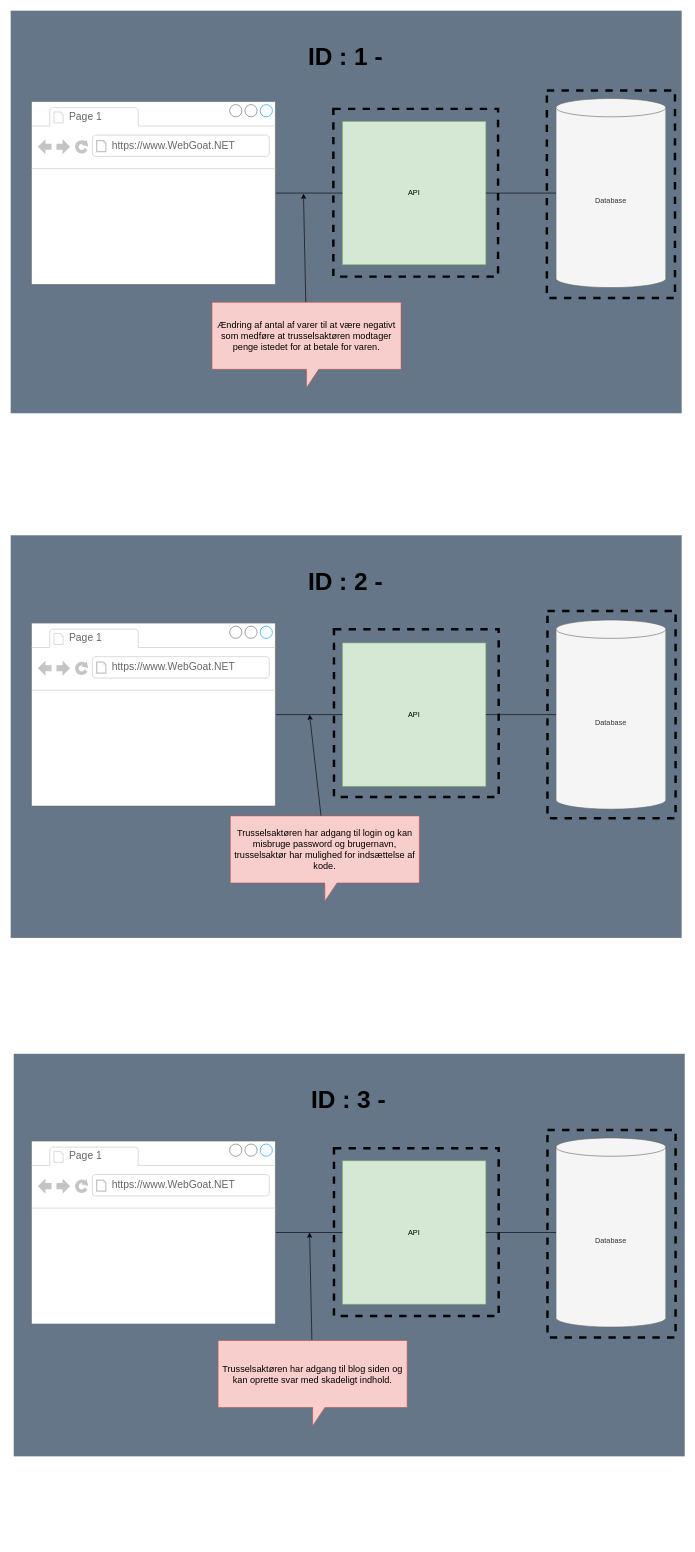
The draw.io diagram dokumenter/Drawio/Arkitektur diagram.drawio in MagnusMadsen/Software_sikkerhed_eksamen, before the edit. Source tidied: cells renumbered, new cells numbered last; positions are measured from the earlier drawing's top-left corner, leaving out a move shared by most shapes. Both pictures are drawn from the tidied source at 61%, with x=0, y=0 at pixel (10, 10).
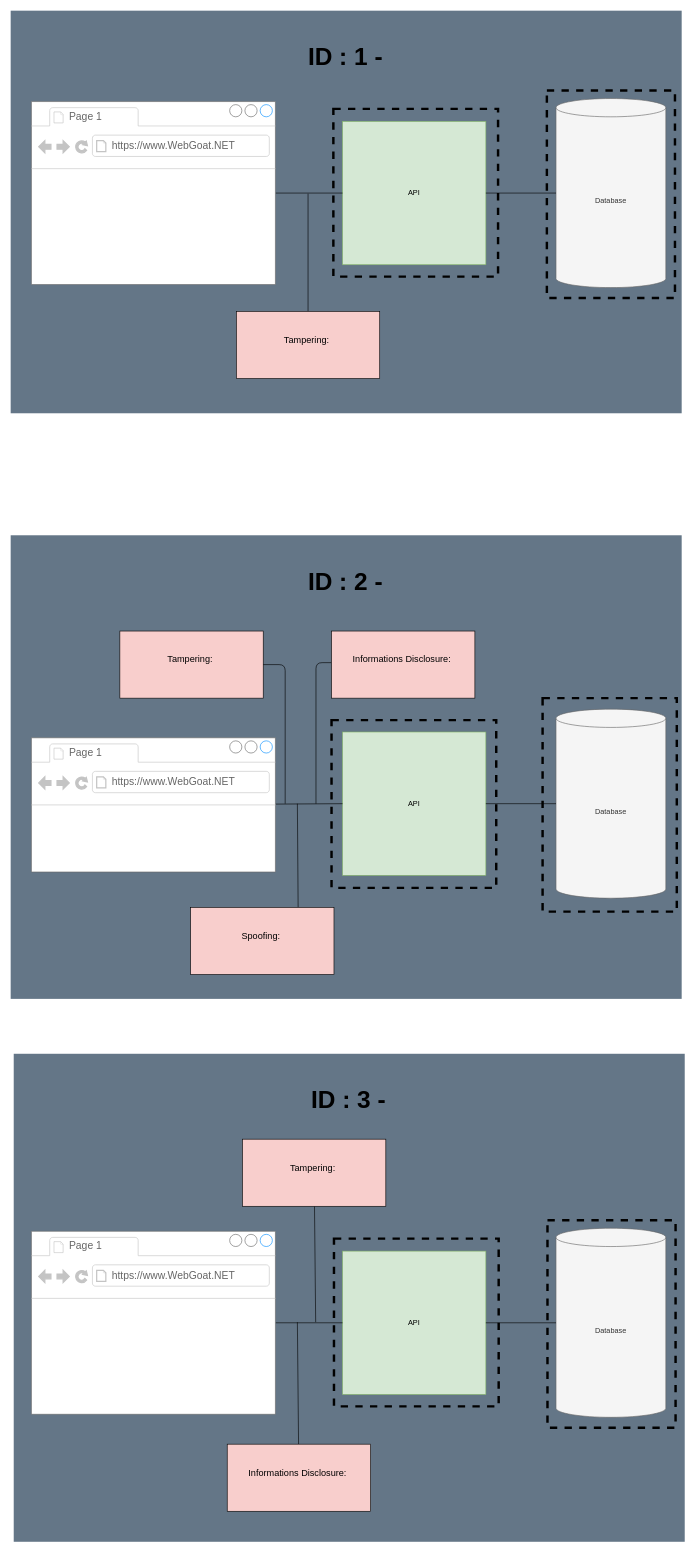
Above is the later version.

Commit message:
Updatering af akitektur i drawio

Diff of the diagram source:
```diff
@@
     <mxCell id="2" style="rounded=0;whiteSpace=wrap;html=1;fillColor=#647687;strokeColor=none;fontColor=#ffffff;" parent="1" vertex="1">
-      <mxGeometry x="5" y="1710" width="1100" height="660" as="geometry" />
+      <mxGeometry x="5" y="1710" width="1100" height="800" as="geometry" />
     </mxCell>
     <mxCell id="3" style="rounded=0;whiteSpace=wrap;html=1;fillColor=#647687;strokeColor=none;fontColor=#ffffff;" parent="1" vertex="1">
-      <mxGeometry y="860" width="1100" height="660" as="geometry" />
+      <mxGeometry y="860" width="1100" height="760" as="geometry" />
     </mxCell>
@@
     <mxCell id="5" value="Database" style="shape=cylinder3;whiteSpace=wrap;html=1;boundedLbl=1;backgroundOutline=1;size=15;fillColor=#f5f5f5;strokeColor=#666666;fontColor=#333333;" parent="1" vertex="1">
-      <mxGeometry x="894" y="999" width="180" height="310" as="geometry" />
+      <mxGeometry x="894" y="1145" width="180" height="310" as="geometry" />
     </mxCell>
     <mxCell id="6" value="API" style="whiteSpace=wrap;html=1;fillColor=#d5e8d4;strokeColor=#82b366;" parent="1" vertex="1">
-      <mxGeometry x="544" y="1036.5" width="235" height="235" as="geometry" />
+      <mxGeometry x="544" y="1182.5" width="235" height="235" as="geometry" />
     </mxCell>
@@
     <mxCell id="8" style="strokeWidth=1;shadow=0;dashed=0;align=center;html=1;shape=mxgraph.mockup.containers.browserWindow;rSize=0;strokeColor=#666666;strokeColor2=#008cff;strokeColor3=#c4c4c4;mainText=,;" parent="1" vertex="1">
-      <mxGeometry x="34" y="1004" width="400" height="300" as="geometry" />
+      <mxGeometry x="34" y="1192" width="400" height="220" as="geometry" />
     </mxCell>
@@
-    <mxCell id="12" style="edgeStyle=none;html=1;" parent="1" edge="1" source="13">
+    <mxCell id="12" style="edgeStyle=none;html=1;endArrow=none;endFill=0;exitX=0.75;exitY=0;exitDx=0;exitDy=0;" parent="1" edge="1" source="41">
       <mxGeometry relative="1" as="geometry">
-        <mxPoint x="490" y="1154" as="targetPoint" />
+        <mxPoint x="470" y="1300" as="targetPoint" />
       </mxGeometry>
     </mxCell>
-    <mxCell id="13" value="&lt;p&gt;Trusselsaktøren har adgang til login og kan misbruge password og brugernavn, trusselsaktør har mulighed for indsættelse af kode.&lt;/p&gt;" style="shape=callout;whiteSpace=wrap;html=1;perimeter=calloutPerimeter;fontSize=15;fillColor=#f8cecc;strokeColor=#b85450;" parent="1" vertex="1">
-      <mxGeometry x="360" y="1320" width="310" height="140" as="geometry" />
-    </mxCell>
     <mxCell id="14" value="Database" style="shape=cylinder3;whiteSpace=wrap;html=1;boundedLbl=1;backgroundOutline=1;size=15;fillColor=#f5f5f5;strokeColor=#666666;fontColor=#333333;" parent="1" vertex="1">
-      <mxGeometry x="894" y="1848" width="180" height="310" as="geometry" />
+      <mxGeometry x="894" y="1996" width="180" height="310" as="geometry" />
     </mxCell>
     <mxCell id="15" value="API" style="whiteSpace=wrap;html=1;fillColor=#d5e8d4;strokeColor=#82b366;" parent="1" vertex="1">
-      <mxGeometry x="544" y="1885.5" width="235" height="235" as="geometry" />
+      <mxGeometry x="544" y="2033.5" width="235" height="235" as="geometry" />
     </mxCell>
@@
     <mxCell id="17" style="strokeWidth=1;shadow=0;dashed=0;align=center;html=1;shape=mxgraph.mockup.containers.browserWindow;rSize=0;strokeColor=#666666;strokeColor2=#008cff;strokeColor3=#c4c4c4;mainText=,;" parent="1" vertex="1">
-      <mxGeometry x="34" y="1853" width="400" height="300" as="geometry" />
+      <mxGeometry x="34" y="2001" width="400" height="300" as="geometry" />
     </mxCell>
@@
-    <mxCell id="21" style="edgeStyle=none;html=1;" parent="1" edge="1" source="22">
-      <mxGeometry relative="1" as="geometry">
-        <mxPoint x="490" y="2003" as="targetPoint" />
-      </mxGeometry>
-    </mxCell>
-    <mxCell id="22" value="&lt;p&gt;Trusselsaktøren har adgang til blog siden og kan oprette svar med skadeligt indhold.&lt;/p&gt;" style="shape=callout;whiteSpace=wrap;html=1;perimeter=calloutPerimeter;fillColor=#f8cecc;strokeColor=#b85450;fontSize=15;" parent="1" vertex="1">
-      <mxGeometry x="340" y="2180" width="310" height="140" as="geometry" />
-    </mxCell>
@@
-    <mxCell id="30" style="edgeStyle=none;html=1;" parent="1" edge="1" source="31">
-      <mxGeometry relative="1" as="geometry">
-        <mxPoint x="480" y="300" as="targetPoint" />
-      </mxGeometry>
-    </mxCell>
-    <mxCell id="31" value="&lt;p&gt;Ændring af antal af varer til at være negativt som medføre at trusselsaktøren modtager penge istedet for at betale for varen.&lt;/p&gt;" style="shape=callout;whiteSpace=wrap;html=1;perimeter=calloutPerimeter;fontSize=15;fillColor=#f8cecc;strokeColor=#b85450;" parent="1" vertex="1">
-      <mxGeometry x="330" y="478" width="310" height="140" as="geometry" />
-    </mxCell>
@@
     <mxCell id="35" style="rounded=0;whiteSpace=wrap;html=1;dashed=1;fillColor=none;fontSize=20;strokeWidth=4;" parent="1" vertex="1">
-      <mxGeometry x="530" y="1865" width="270" height="275" as="geometry" />
+      <mxGeometry x="530" y="2013" width="270" height="275" as="geometry" />
     </mxCell>
     <mxCell id="36" style="rounded=0;whiteSpace=wrap;html=1;dashed=1;fillColor=none;fontSize=20;strokeWidth=4;" parent="1" vertex="1">
-      <mxGeometry x="880" y="1835" width="210" height="340" as="geometry" />
+      <mxGeometry x="880" y="1983" width="210" height="340" as="geometry" />
     </mxCell>
     <mxCell id="37" style="rounded=0;whiteSpace=wrap;html=1;dashed=1;fillColor=none;fontSize=20;strokeWidth=4;" parent="1" vertex="1">
-      <mxGeometry x="530" y="1014" width="270" height="275" as="geometry" />
+      <mxGeometry x="526" y="1163" width="270" height="275" as="geometry" />
     </mxCell>
     <mxCell id="38" style="rounded=0;whiteSpace=wrap;html=1;dashed=1;fillColor=none;fontSize=20;strokeWidth=4;" parent="1" vertex="1">
-      <mxGeometry x="880" y="984" width="210" height="340" as="geometry" />
+      <mxGeometry x="872" y="1127" width="220" height="350" as="geometry" />
     </mxCell>
@@
+    <mxCell id="41" value="Spoofing:&amp;nbsp;&lt;div&gt;&lt;br&gt;&lt;/div&gt;" style="rounded=0;whiteSpace=wrap;html=1;fillColor=#f8cecc;strokeColor=default;fontSize=15;" parent="1" vertex="1">
+      <mxGeometry x="295" y="1470" width="235" height="110" as="geometry" />
+    </mxCell>
+    <mxCell id="42" value="Tampering:&amp;nbsp;&lt;div&gt;&lt;br&gt;&lt;/div&gt;" style="rounded=0;whiteSpace=wrap;html=1;fillColor=#f8cecc;strokeColor=default;fontSize=15;" parent="1" vertex="1">
+      <mxGeometry x="179" y="1017" width="235" height="110" as="geometry" />
+    </mxCell>
+    <mxCell id="43" value="Informations Disclosure:&amp;nbsp;&lt;div&gt;&lt;br&gt;&lt;/div&gt;" style="rounded=0;whiteSpace=wrap;html=1;fillColor=#f8cecc;strokeColor=default;fontSize=15;" parent="1" vertex="1">
+      <mxGeometry x="526" y="1017" width="235" height="110" as="geometry" />
+    </mxCell>
+    <mxCell id="44" style="edgeStyle=none;html=1;endArrow=none;endFill=0;exitX=1;exitY=0.5;exitDx=0;exitDy=0;" parent="1" edge="1" source="42">
+      <mxGeometry x="0.11" relative="1" as="geometry">
+        <mxPoint x="450" y="1300" as="targetPoint" />
+        <Array as="points">
+          <mxPoint x="450" y="1072" />
+        </Array>
+      </mxGeometry>
+    </mxCell>
+    <mxCell id="45" style="edgeStyle=none;html=1;endArrow=none;endFill=0;entryX=0.455;entryY=0.579;entryDx=0;entryDy=0;entryPerimeter=0;exitX=-0.003;exitY=0.471;exitDx=0;exitDy=0;exitPerimeter=0;" parent="1" edge="1" source="43" target="3">
+      <mxGeometry x="-0.06" relative="1" as="geometry">
+        <Array as="points">
+          <mxPoint x="500.5" y="1068.8" />
+        </Array>
+      </mxGeometry>
+    </mxCell>
+    <mxCell id="46" style="edgeStyle=none;html=1;endArrow=none;endFill=0;" parent="1" edge="1" source="47">
+      <mxGeometry relative="1" as="geometry">
+        <mxPoint x="500" y="2150" as="targetPoint" />
+      </mxGeometry>
+    </mxCell>
+    <mxCell id="47" value="Tampering:&amp;nbsp;&lt;div&gt;&lt;br&gt;&lt;/div&gt;" style="rounded=0;whiteSpace=wrap;html=1;fillColor=#f8cecc;strokeColor=default;fontSize=15;" parent="1" vertex="1">
+      <mxGeometry x="380" y="1850" width="235" height="110" as="geometry" />
+    </mxCell>
+    <mxCell id="48" style="edgeStyle=none;html=1;endArrow=none;endFill=0;" parent="1" edge="1" source="49">
+      <mxGeometry relative="1" as="geometry">
+        <mxPoint x="470" y="2150" as="targetPoint" />
+      </mxGeometry>
+    </mxCell>
+    <mxCell id="49" value="Informations Disclosure:&amp;nbsp;&lt;div&gt;&lt;br&gt;&lt;/div&gt;" style="rounded=0;whiteSpace=wrap;html=1;fillColor=#f8cecc;strokeColor=default;fontSize=15;" parent="1" vertex="1">
+      <mxGeometry x="355" y="2350" width="235" height="110" as="geometry" />
+    </mxCell>
+    <mxCell id="50" style="edgeStyle=none;html=1;endArrow=none;endFill=0;" parent="1" edge="1" source="51">
+      <mxGeometry relative="1" as="geometry">
+        <mxPoint x="487.5" y="300" as="targetPoint" />
+      </mxGeometry>
+    </mxCell>
+    <mxCell id="51" value="Tampering:&amp;nbsp;&lt;div&gt;&lt;br&gt;&lt;/div&gt;" style="rounded=0;whiteSpace=wrap;html=1;fillColor=#f8cecc;strokeColor=default;fontSize=15;" parent="1" vertex="1">
+      <mxGeometry x="370" y="493" width="235" height="110" as="geometry" />
+    </mxCell>
```
